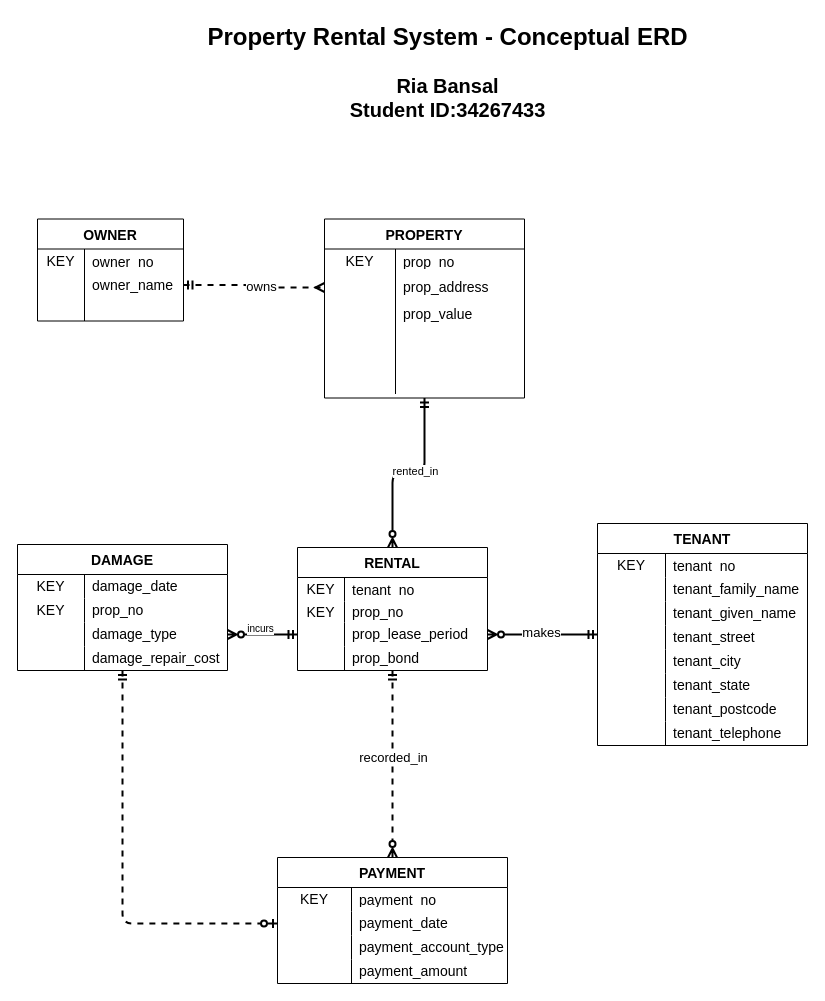
The draw.io diagram Applied/App02/prs_conceptual.drawio in riabansal27/databases-project, before the edit. Source tidied: cells renumbered, new cells numbered last; positions are measured from the earlier drawing's top-left corner, leaving out a move shared by most shapes. Both pictures are drawn from the tidied source at 100%, with x=0, y=0 at pixel (17, 17).
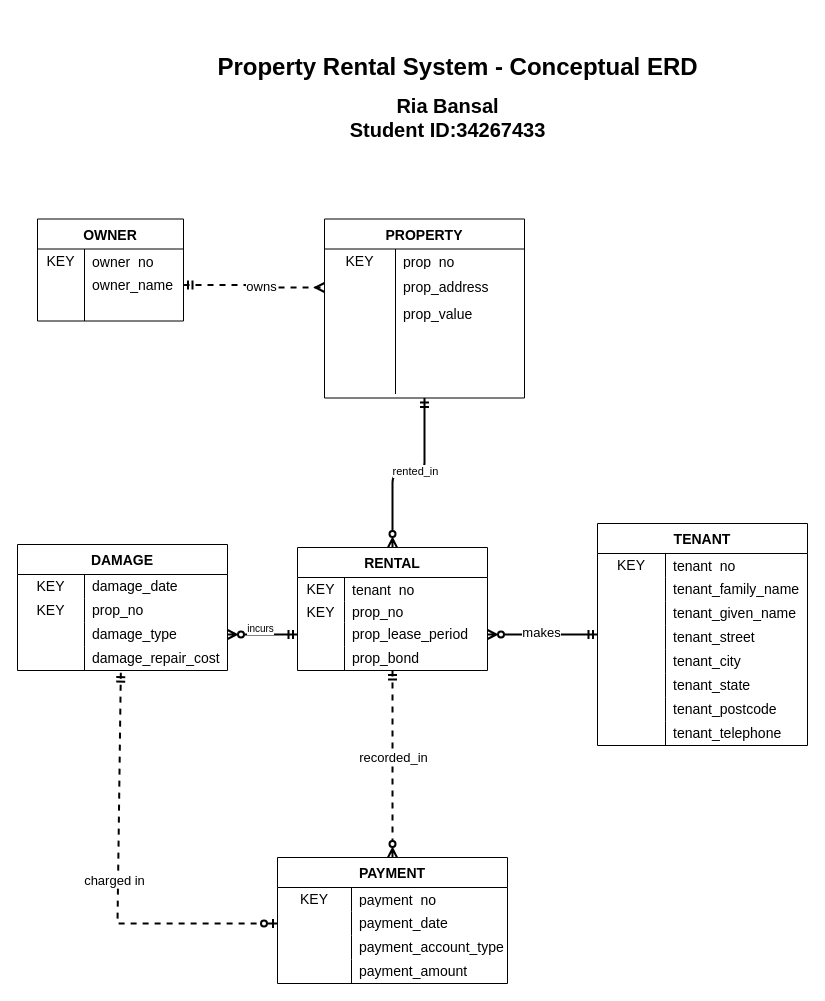
Above is the later version.

Commit message (it also covers changes not shown here):
removed unnecessary relationships

Unchanged cells that the change refers to:
```xml
<mxCell id="16" style="shape=tableRow;horizontal=0;startSize=0;swimlaneHead=0;swimlaneBody=0;top=0;left=0;bottom=0;right=0;fillColor=none;points=[[0,0.5],[1,0.5]];portConstraint=eastwest;strokeColor=inherit;fontSize=16;" parent="12" vertex="1">
  <mxGeometry y="54" width="230" height="24" as="geometry" />
</mxCell>
<mxCell id="85" value="DAMAGE" style="shape=table;startSize=30;childLayout=tableLayout;rowLines=0;fontStyle=1;fontSize=14;strokeWidth=1;rounded=0;" parent="1" vertex="1">
  <mxGeometry y="527" width="210" height="126" as="geometry" />
</mxCell>
<mxCell id="95" style="shape=tableRow;horizontal=0;startSize=0;swimlaneHead=0;swimlaneBody=0;top=0;left=0;bottom=0;right=0;fillColor=none;points=[[0,0.5],[1,0.5]];portConstraint=eastwest;strokeColor=inherit;fontSize=16;" parent="85" vertex="1">
  <mxGeometry y="102" width="210" height="24" as="geometry" />
</mxCell>
```

Diff of the diagram source:
```diff
@@
-    <mxCell id="84" style="endArrow=ERzeroToOne;endFill=0;startArrow=ERmandOne;startFill=0;dashed=1;edgeStyle=orthogonalEdgeStyle;strokeWidth=2;" parent="1" edge="1" source="85" target="16">
-      <mxGeometry relative="1" as="geometry" />
-    </mxCell>
+    <mxCell id="108" style="endArrow=ERzeroToOne;endFill=0;startArrow=ERmandOne;startFill=0;dashed=1;strokeWidth=2;rounded=0;curved=0;exitX=0.492;exitY=1.089;exitDx=0;exitDy=0;exitPerimeter=0;" parent="1" edge="1" source="95" target="16">
+      <mxGeometry relative="1" as="geometry">
+        <Array as="points">
+          <mxPoint x="100" y="906" />
+        </Array>
+      </mxGeometry>
+    </mxCell>
+    <mxCell id="109" value="charged in" style="edgeLabel;html=1;align=center;verticalAlign=middle;fontSize=13;" parent="108" vertex="1">
+      <mxGeometry x="0.01" y="-4" relative="1" as="geometry" />
+    </mxCell>
@@
     <mxCell id="102" value="Ria Bansal&lt;div&gt;Student ID:34267433&lt;/div&gt;" style="text;strokeColor=none;fillColor=none;html=1;fontSize=20;fontStyle=1;verticalAlign=middle;align=center;" parent="1" vertex="1">
-      <mxGeometry x="310" y="40" width="240" height="80" as="geometry" />
+      <mxGeometry x="310" y="60" width="240" height="80" as="geometry" />
     </mxCell>
@@
     <mxCell id="107" value="Property Rental System - Conceptual ERD" style="text;strokeColor=none;fillColor=none;html=1;fontSize=24;fontStyle=1;verticalAlign=middle;align=center;" parent="1" vertex="1">
-      <mxGeometry x="380" width="100" height="40" as="geometry" />
+      <mxGeometry x="400" y="30" width="80" height="40" as="geometry" />
     </mxCell>
```
